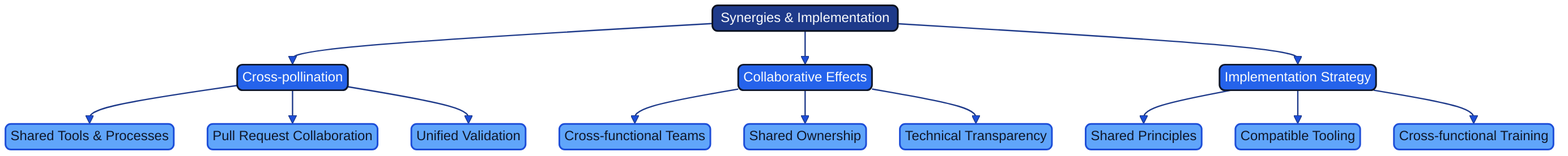
Before: docs/images/mindmap_23f_synergies.png, a diagram exported from Mermaid (Geonitab/architecture_as_code). Its source is kept beside it as docs/images/mindmap_23f_synergies.mmd. Source of this version:
```mermaid
graph TD
    ROOT(["Synergies & Implementation"]):::geon-primary
    ROOT --> CP["Cross-pollination"]:::geon-accent
    ROOT --> CE["Collaborative Effects"]:::geon-accent
    ROOT --> IS["Implementation Strategy"]:::geon-accent
    CP --> CP1["Shared Tools & Processes"]:::geon-highlight
    CP --> CP2["Pull Request Collaboration"]:::geon-highlight
    CP --> CP3["Unified Validation"]:::geon-highlight
    CE --> CE1["Cross-functional Teams"]:::geon-highlight
    CE --> CE2["Shared Ownership"]:::geon-highlight
    CE --> CE3["Technical Transparency"]:::geon-highlight
    IS --> IS1["Shared Principles"]:::geon-highlight
    IS --> IS2["Compatible Tooling"]:::geon-highlight
    IS --> IS3["Cross-functional Training"]:::geon-highlight
```
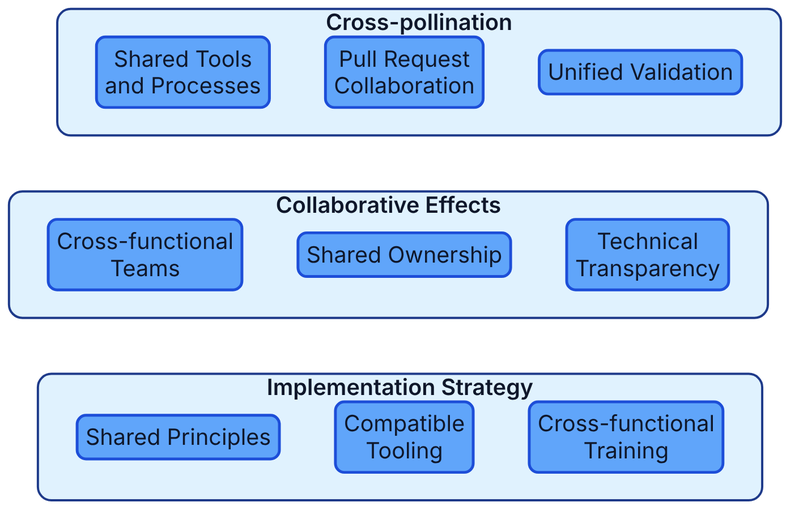
After the change.

Change to the diagram source:
```diff
@@ -1,14 +1,22 @@
-graph TD
-    ROOT(["Synergies & Implementation"]):::geon-primary
-    ROOT --> CP["Cross-pollination"]:::geon-accent
-    ROOT --> CE["Collaborative Effects"]:::geon-accent
-    ROOT --> IS["Implementation Strategy"]:::geon-accent
-    CP --> CP1["Shared Tools & Processes"]:::geon-highlight
-    CP --> CP2["Pull Request Collaboration"]:::geon-highlight
-    CP --> CP3["Unified Validation"]:::geon-highlight
-    CE --> CE1["Cross-functional Teams"]:::geon-highlight
-    CE --> CE2["Shared Ownership"]:::geon-highlight
-    CE --> CE3["Technical Transparency"]:::geon-highlight
-    IS --> IS1["Shared Principles"]:::geon-highlight
-    IS --> IS2["Compatible Tooling"]:::geon-highlight
-    IS --> IS3["Cross-functional Training"]:::geon-highlight
+flowchart TB
+    subgraph G0["Cross-pollination"]
+        direction LR
+        N00["Shared Tools<br/>and Processes"]:::geon-highlight
+        N01["Pull Request<br/>Collaboration"]:::geon-highlight
+        N02["Unified Validation"]:::geon-highlight
+    end
+    subgraph G1["Collaborative Effects"]
+        direction LR
+        N10["Cross-functional<br/>Teams"]:::geon-highlight
+        N11["Shared Ownership"]:::geon-highlight
+        N12["Technical<br/>Transparency"]:::geon-highlight
+    end
+    subgraph G2["Implementation Strategy"]
+        direction LR
+        N20["Shared Principles"]:::geon-highlight
+        N21["Compatible<br/>Tooling"]:::geon-highlight
+        N22["Cross-functional<br/>Training"]:::geon-highlight
+    end
+
+    N01 ~~~ N11
+    N11 ~~~ N21
```
